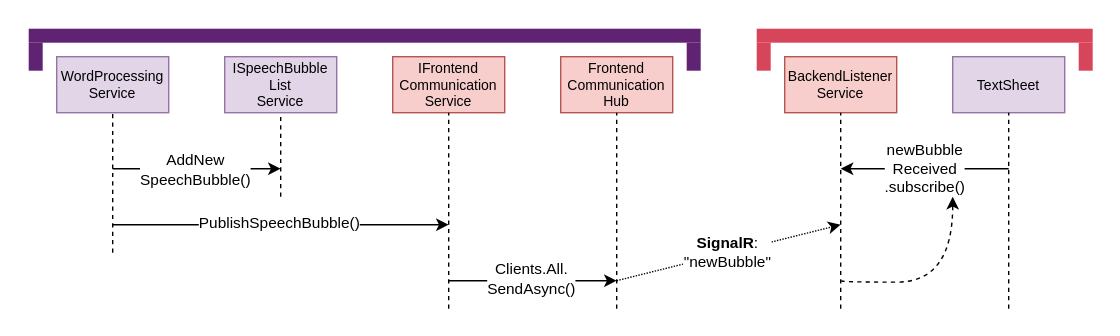
Above: TechnicalDocumentation/arc42/img/Prozess_SpeechBubble_Publish.drawio.svg in Subletic/Documentation (draw.io), before the change. Source tidied: cells renumbered, new cells last; positions are measured from the earlier drawing's top-left corner, leaving out a move shared by most shapes.
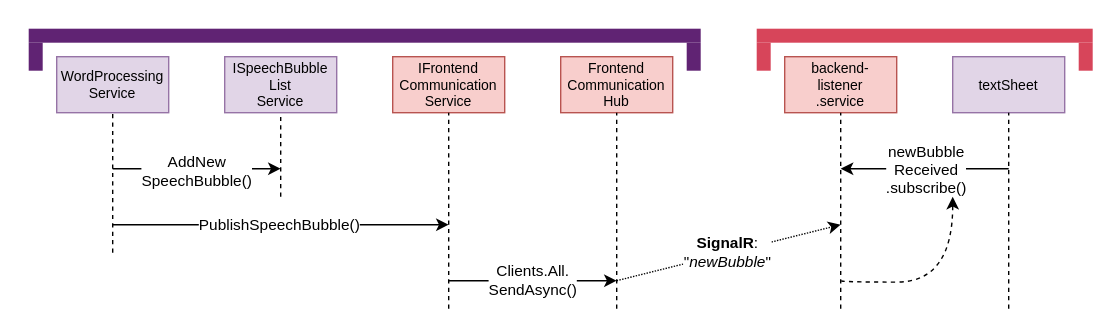
The same diagram one commit later.

What changed in the source:
```diff
@@ -64,7 +64,7 @@
     <mxCell id="16" value="Clients.All.&lt;br&gt;SendAsync()" style="edgeLabel;html=1;align=center;verticalAlign=middle;" parent="15" vertex="1">
       <mxGeometry x="-0.01" y="1" relative="1" as="geometry" />
     </mxCell>
-    <mxCell id="17" value="BackendListener&lt;br&gt;Service" style="rounded=0;whiteSpace=wrap;html=1;fillColor=#f8cecc;fontSize=10;strokeColor=#b85450;" parent="1" vertex="1">
+    <mxCell id="17" value="backend-&lt;br&gt;listener&lt;br&gt;.service" style="rounded=0;whiteSpace=wrap;html=1;fillColor=#f8cecc;fontSize=10;strokeColor=#b85450;" parent="1" vertex="1">
       <mxGeometry x="560" y="40" width="80" height="40" as="geometry" />
     </mxCell>
     <mxCell id="18" style="endArrow=none;html=1;rounded=0;dashed=1;entryX=0.5;entryY=1;entryDx=0;entryDy=0;" parent="1" edge="1" target="17">
@@ -78,10 +78,10 @@
         <mxPoint x="600" y="160" as="targetPoint" />
       </mxGeometry>
     </mxCell>
-    <mxCell id="20" value="&lt;b&gt;SignalR&lt;/b&gt;:&lt;br&gt;&quot;newBubble&quot;" style="edgeLabel;html=1;align=center;verticalAlign=middle;" parent="19" vertex="1">
+    <mxCell id="20" value="&lt;b&gt;SignalR&lt;/b&gt;:&lt;br&gt;&quot;&lt;i&gt;newBubble&lt;/i&gt;&quot;" style="edgeLabel;html=1;align=center;verticalAlign=middle;" parent="19" vertex="1">
       <mxGeometry x="-0.01" y="1" relative="1" as="geometry" />
     </mxCell>
-    <mxCell id="21" value="TextSheet" style="rounded=0;whiteSpace=wrap;html=1;fillColor=#e1d5e7;fontSize=10;strokeColor=#9673a6;" parent="1" vertex="1">
+    <mxCell id="21" value="textSheet" style="rounded=0;whiteSpace=wrap;html=1;fillColor=#e1d5e7;fontSize=10;strokeColor=#9673a6;" parent="1" vertex="1">
       <mxGeometry x="680" y="40" width="80" height="40" as="geometry" />
     </mxCell>
     <mxCell id="22" style="endArrow=none;html=1;rounded=0;dashed=1;entryX=0.5;entryY=1;entryDx=0;entryDy=0;" parent="1" edge="1" target="21">
```
